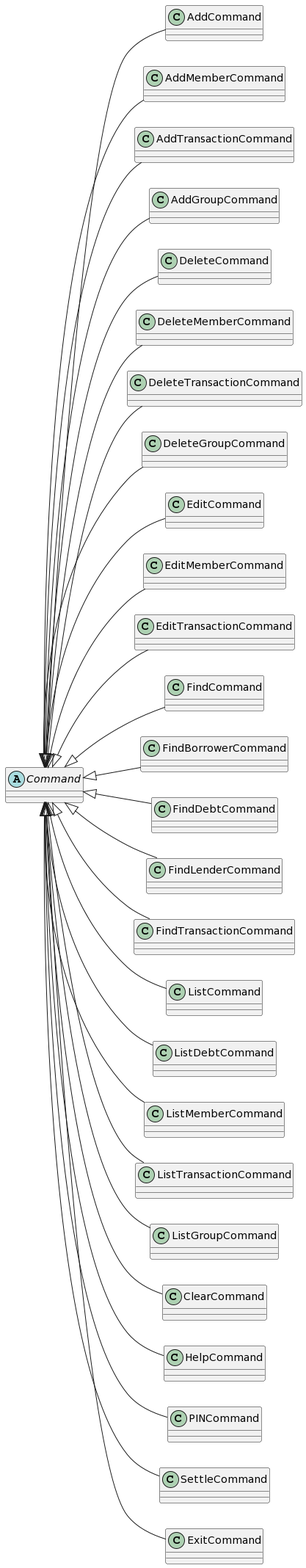
Before: docs/diagrams/CommandInheritance.png, a diagram exported from PlantUML (jing-xiang/tp).
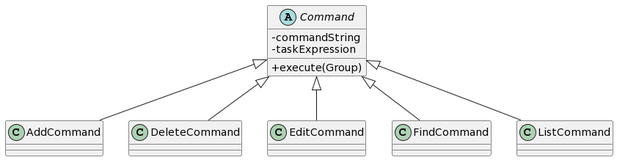
Later version of the same file.

Commit message:
Update command inheritance diagram

Diff of the diagram source:
```diff
@@ -1,30 +1,13 @@
 @startuml
-left to right direction
-abstract Command
+skinparam classAttributeIconSize 0
+abstract Command {
+ - commandString
+ - taskExpression
+ + execute(Group)
+}
 Command <|-- AddCommand
-Command <|-- AddMemberCommand
-Command <|-- AddTransactionCommand
-Command <|-- AddGroupCommand
 Command <|-- DeleteCommand
-Command <|-- DeleteMemberCommand
-Command <|-- DeleteTransactionCommand
-Command <|-- DeleteGroupCommand
 Command <|-- EditCommand
-Command <|-- EditMemberCommand
-Command <|-- EditTransactionCommand
 Command <|-- FindCommand
-Command <|-- FindBorrowerCommand
-Command <|-- FindDebtCommand
-Command <|-- FindLenderCommand
-Command <|-- FindTransactionCommand
 Command <|-- ListCommand
-Command <|-- ListDebtCommand
-Command <|-- ListMemberCommand
-Command <|-- ListTransactionCommand
-Command <|-- ListGroupCommand
-Command <|-- ClearCommand
-Command <|-- HelpCommand
-Command <|-- PINCommand
-Command <|-- SettleCommand
-Command <|-- ExitCommand
 @enduml
```
